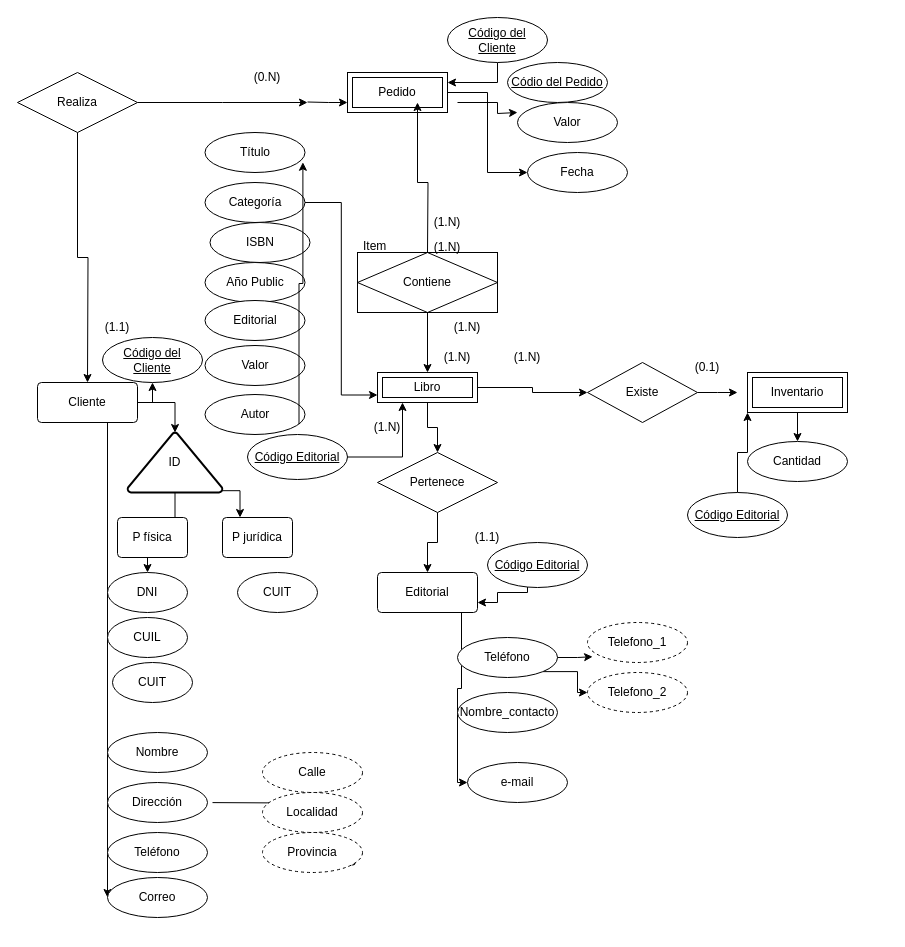
This is db/modelo.drawio from Sergio-Tolaba/ds_ej, a draw.io file, before an edit. Source tidied: cells renumbered, new cells numbered last; positions are measured from the earlier drawing's top-left corner, leaving out a move shared by most shapes. Both pictures are drawn from the tidied source at 100%, with x=0, y=0 at pixel (17, 17).
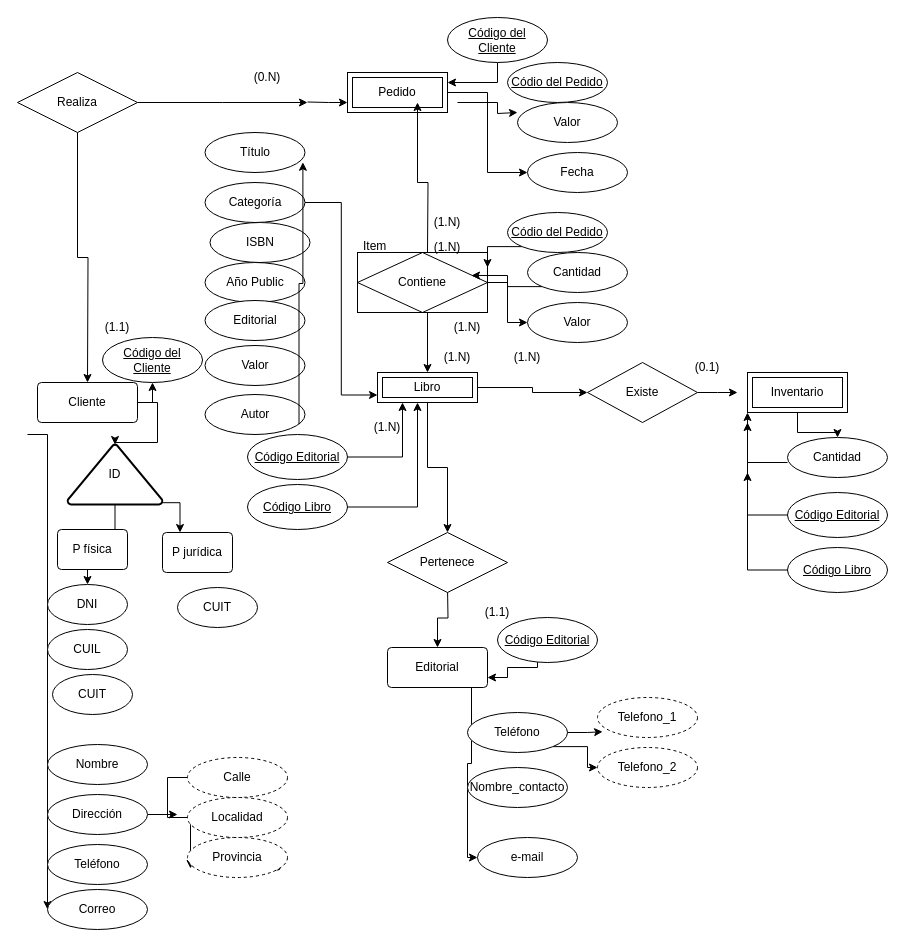
The same page after the edit.

Commit message:
CodigoLibro, tb Inventario: modelo.drawio

The change refers to these unchanged cells:
```xml
<mxCell id="11" value="Libro" style="shape=ext;margin=3;double=1;whiteSpace=wrap;html=1;align=center;" parent="1" vertex="1">
  <mxGeometry x="360" y="355" width="100" height="30" as="geometry" />
</mxCell>
<mxCell id="13" value="Inventario" style="shape=ext;margin=3;double=1;whiteSpace=wrap;html=1;align=center;" parent="1" vertex="1">
  <mxGeometry x="730" y="355" width="100" height="40" as="geometry" />
</mxCell>
```

What changed in the source:
```diff
@@
     <mxCell id="5" style="edgeStyle=orthogonalEdgeStyle;rounded=0;jettySize=auto;html=1;exitX=0;exitY=0.5;exitDx=0;exitDy=0;entryX=0;entryY=0.5;entryDx=0;entryDy=0;" parent="1" edge="1" target="73">
       <mxGeometry relative="1" as="geometry">
-        <mxPoint x="444" y="595" as="sourcePoint" />
+        <mxPoint x="454" y="670" as="sourcePoint" />
         <Array as="points">
-          <mxPoint x="444" y="671" />
-          <mxPoint x="440" y="671" />
-          <mxPoint x="440" y="765" />
+          <mxPoint x="454" y="746" />
+          <mxPoint x="450" y="746" />
+          <mxPoint x="450" y="840" />
         </Array>
       </mxGeometry>
     </mxCell>
     <mxCell id="6" value="Editorial" style="rounded=1;arcSize=10;whiteSpace=wrap;html=1;align=center;" parent="1" vertex="1">
-      <mxGeometry x="360" y="555" width="100" height="40" as="geometry" />
+      <mxGeometry x="370" y="630" width="100" height="40" as="geometry" />
     </mxCell>
@@
-    <mxCell id="25" style="edgeStyle=orthogonalEdgeStyle;rounded=0;jettySize=auto;html=1;" parent="1" edge="1" source="26" target="6">
-      <mxGeometry relative="1" as="geometry" />
+    <mxCell id="25" style="edgeStyle=orthogonalEdgeStyle;rounded=0;jettySize=auto;html=1;" parent="1" edge="1" target="6">
+      <mxGeometry relative="1" as="geometry">
+        <mxPoint x="430" y="570" as="sourcePoint" />
+      </mxGeometry>
     </mxCell>
     <mxCell id="26" value="Pertenece" style="shape=rhombus;perimeter=rhombusPerimeter;whiteSpace=wrap;html=1;align=center;" parent="1" vertex="1">
-      <mxGeometry x="360" y="435" width="120" height="60" as="geometry" />
+      <mxGeometry x="370" y="515" width="120" height="60" as="geometry" />
     </mxCell>
@@
     <mxCell id="28" value="(1.1)" style="text;html=1;align=center;verticalAlign=middle;whiteSpace=wrap;rounded=0;" parent="1" vertex="1">
-      <mxGeometry x="440" y="505" width="60" height="30" as="geometry" />
+      <mxGeometry x="450" y="580" width="60" height="30" as="geometry" />
     </mxCell>
@@
     <mxCell id="31" style="shape=waypoint;sketch=0;size=6;fillColor=none;perimeter=centerPerimeter;" parent="1" vertex="1">
-      <mxGeometry x="325" y="835" width="20" height="20" as="geometry" />
+      <mxGeometry x="250" y="840" width="20" height="20" as="geometry" />
     </mxCell>
@@
+    <mxCell id="87" style="edgeStyle=orthogonalEdgeStyle;rounded=0;jettySize=auto;html=1;" parent="1" edge="1" source="35" target="92">
+      <mxGeometry relative="1" as="geometry" />
+    </mxCell>
     <mxCell id="35" value="Contiene" style="shape=associativeEntity;whiteSpace=wrap;html=1;align=center;" parent="1" vertex="1">
-      <mxGeometry x="340" y="235" width="140" height="60" as="geometry" />
+      <mxGeometry x="340" y="235" width="130" height="60" as="geometry" />
     </mxCell>
@@
     <mxCell id="40" style="edgeStyle=orthogonalEdgeStyle;rounded=0;jettySize=auto;html=1;entryX=0;entryY=0.5;entryDx=0;entryDy=0;" parent="1" edge="1" target="47">
       <mxGeometry relative="1" as="geometry">
-        <mxPoint x="70" y="405" as="sourcePoint" />
+        <mxPoint x="10" y="417" as="sourcePoint" />
         <Array as="points">
-          <mxPoint x="90" y="405" />
+          <mxPoint x="30" y="417" />
         </Array>
       </mxGeometry>
     </mxCell>
+    <mxCell id="88" style="edgeStyle=orthogonalEdgeStyle;rounded=0;jettySize=auto;html=1;exitX=0;exitY=0.5;exitDx=0;exitDy=0;entryX=0.03;entryY=0.775;entryDx=0;entryDy=0;entryPerimeter=0;" parent="1" edge="1" source="41" target="43">
+      <mxGeometry relative="1" as="geometry" />
+    </mxCell>
     <mxCell id="41" value="Calle" style="ellipse;whiteSpace=wrap;html=1;align=center;dashed=1;" parent="1" vertex="1">
-      <mxGeometry x="245" y="735" width="100" height="40" as="geometry" />
+      <mxGeometry x="170" y="740" width="100" height="40" as="geometry" />
     </mxCell>
     <mxCell id="42" value="Localidad" style="ellipse;whiteSpace=wrap;html=1;align=center;dashed=1;" parent="1" vertex="1">
-      <mxGeometry x="245" y="775" width="100" height="40" as="geometry" />
+      <mxGeometry x="170" y="780" width="100" height="40" as="geometry" />
     </mxCell>
     <mxCell id="43" value="Provincia" style="ellipse;whiteSpace=wrap;html=1;align=center;dashed=1;" parent="1" vertex="1">
-      <mxGeometry x="245" y="815" width="100" height="40" as="geometry" />
+      <mxGeometry x="170" y="820" width="100" height="40" as="geometry" />
     </mxCell>
     <mxCell id="44" value="Nombre" style="ellipse;whiteSpace=wrap;html=1;align=center;" parent="1" vertex="1">
-      <mxGeometry x="90" y="715" width="100" height="40" as="geometry" />
+      <mxGeometry x="30" y="727" width="100" height="40" as="geometry" />
     </mxCell>
+    <mxCell id="89" style="edgeStyle=orthogonalEdgeStyle;rounded=0;jettySize=auto;html=1;" parent="1" edge="1" source="45">
+      <mxGeometry relative="1" as="geometry">
+        <mxPoint x="160" y="797" as="targetPoint" />
+      </mxGeometry>
+    </mxCell>
     <mxCell id="45" value="Dirección" style="ellipse;whiteSpace=wrap;html=1;align=center;" parent="1" vertex="1">
-      <mxGeometry x="90" y="765" width="100" height="40" as="geometry" />
+      <mxGeometry x="30" y="777" width="100" height="40" as="geometry" />
     </mxCell>
     <mxCell id="46" value="Teléfono" style="ellipse;whiteSpace=wrap;html=1;align=center;" parent="1" vertex="1">
-      <mxGeometry x="90" y="815" width="100" height="40" as="geometry" />
+      <mxGeometry x="30" y="827" width="100" height="40" as="geometry" />
     </mxCell>
     <mxCell id="47" value="Correo" style="ellipse;whiteSpace=wrap;html=1;align=center;" parent="1" vertex="1">
-      <mxGeometry x="90" y="860" width="100" height="40" as="geometry" />
+      <mxGeometry x="30" y="872" width="100" height="40" as="geometry" />
     </mxCell>
@@
     <mxCell id="50" value="ID" style="strokeWidth=2;html=1;shape=mxgraph.flowchart.extract_or_measurement;whiteSpace=wrap;" parent="1" vertex="1">
-      <mxGeometry x="110" y="415" width="95" height="60" as="geometry" />
+      <mxGeometry x="50" y="427" width="95" height="60" as="geometry" />
     </mxCell>
     <mxCell id="51" value="P física" style="rounded=1;arcSize=10;whiteSpace=wrap;html=1;align=center;" parent="1" vertex="1">
-      <mxGeometry x="100" y="500" width="70" height="40" as="geometry" />
+      <mxGeometry x="40" y="512" width="70" height="40" as="geometry" />
     </mxCell>
     <mxCell id="52" value="P jurídica" style="rounded=1;arcSize=10;whiteSpace=wrap;html=1;align=center;" parent="1" vertex="1">
-      <mxGeometry x="205" y="500" width="70" height="40" as="geometry" />
+      <mxGeometry x="145" y="515" width="70" height="40" as="geometry" />
     </mxCell>
     <mxCell id="53" value="DNI" style="ellipse;whiteSpace=wrap;html=1;align=center;" parent="1" vertex="1">
-      <mxGeometry x="90" y="555" width="80" height="40" as="geometry" />
+      <mxGeometry x="30" y="567" width="80" height="40" as="geometry" />
     </mxCell>
     <mxCell id="54" value="CUIL" style="ellipse;whiteSpace=wrap;html=1;align=center;" parent="1" vertex="1">
-      <mxGeometry x="90" y="600" width="80" height="40" as="geometry" />
+      <mxGeometry x="30" y="612" width="80" height="40" as="geometry" />
     </mxCell>
     <mxCell id="55" value="CUIT" style="ellipse;whiteSpace=wrap;html=1;align=center;" parent="1" vertex="1">
-      <mxGeometry x="95" y="645" width="80" height="40" as="geometry" />
+      <mxGeometry x="35" y="657" width="80" height="40" as="geometry" />
     </mxCell>
     <mxCell id="56" value="CUIT" style="ellipse;whiteSpace=wrap;html=1;align=center;" parent="1" vertex="1">
-      <mxGeometry x="220" y="555" width="80" height="40" as="geometry" />
+      <mxGeometry x="160" y="570" width="80" height="40" as="geometry" />
     </mxCell>
     <mxCell id="57" value="Cantidad" style="ellipse;whiteSpace=wrap;html=1;align=center;" parent="1" vertex="1">
-      <mxGeometry x="730" y="424" width="100" height="40" as="geometry" />
+      <mxGeometry x="770" y="420" width="100" height="40" as="geometry" />
     </mxCell>
@@
     <mxCell id="70" value="Nombre_contacto" style="ellipse;whiteSpace=wrap;html=1;align=center;" parent="1" vertex="1">
-      <mxGeometry x="440" y="675" width="100" height="40" as="geometry" />
+      <mxGeometry x="450" y="750" width="100" height="40" as="geometry" />
     </mxCell>
@@
     <mxCell id="72" value="Teléfono" style="ellipse;whiteSpace=wrap;html=1;align=center;" parent="1" vertex="1">
-      <mxGeometry x="440" y="620" width="100" height="40" as="geometry" />
+      <mxGeometry x="450" y="695" width="100" height="40" as="geometry" />
     </mxCell>
     <mxCell id="73" value="e-mail" style="ellipse;whiteSpace=wrap;html=1;align=center;" parent="1" vertex="1">
-      <mxGeometry x="450" y="745" width="100" height="40" as="geometry" />
+      <mxGeometry x="460" y="820" width="100" height="40" as="geometry" />
     </mxCell>
     <mxCell id="74" value="Telefono_1" style="ellipse;whiteSpace=wrap;html=1;align=center;dashed=1;" parent="1" vertex="1">
-      <mxGeometry x="570" y="605" width="100" height="40" as="geometry" />
+      <mxGeometry x="580" y="680" width="100" height="40" as="geometry" />
     </mxCell>
     <mxCell id="75" value="Telefono_2" style="ellipse;whiteSpace=wrap;html=1;align=center;dashed=1;" parent="1" vertex="1">
-      <mxGeometry x="570" y="655" width="100" height="40" as="geometry" />
+      <mxGeometry x="580" y="730" width="100" height="40" as="geometry" />
     </mxCell>
@@
     <mxCell id="78" style="edgeStyle=orthogonalEdgeStyle;rounded=0;jettySize=auto;html=1;entryX=1;entryY=0.75;entryDx=0;entryDy=0;" parent="1" edge="1" source="79" target="6">
       <mxGeometry relative="1" as="geometry">
         <Array as="points">
-          <mxPoint x="510" y="575" />
-          <mxPoint x="480" y="575" />
-          <mxPoint x="480" y="585" />
+          <mxPoint x="520" y="650" />
+          <mxPoint x="490" y="650" />
+          <mxPoint x="490" y="660" />
         </Array>
       </mxGeometry>
     </mxCell>
     <mxCell id="79" value="Código Editorial" style="ellipse;whiteSpace=wrap;html=1;align=center;fontStyle=4;" parent="1" vertex="1">
-      <mxGeometry x="470" y="525" width="100" height="45" as="geometry" />
+      <mxGeometry x="480" y="600" width="100" height="45" as="geometry" />
     </mxCell>
@@
-    <mxCell id="84" style="edgeStyle=orthogonalEdgeStyle;rounded=0;jettySize=auto;html=1;entryX=0;entryY=1;entryDx=0;entryDy=0;" parent="1" edge="1" source="85" target="13">
-      <mxGeometry relative="1" as="geometry" />
+    <mxCell id="84" style="edgeStyle=orthogonalEdgeStyle;rounded=0;jettySize=auto;html=1;entryX=0;entryY=1;entryDx=0;entryDy=0;" parent="1" edge="1" target="13">
+      <mxGeometry relative="1" as="geometry">
+        <mxPoint x="770" y="445" as="sourcePoint" />
+        <Array as="points">
+          <mxPoint x="730" y="445" />
+        </Array>
+      </mxGeometry>
     </mxCell>
+    <mxCell id="90" style="edgeStyle=orthogonalEdgeStyle;rounded=0;jettySize=auto;html=1;" parent="1" edge="1" source="85">
+      <mxGeometry relative="1" as="geometry">
+        <mxPoint x="730" y="455" as="targetPoint" />
+        <Array as="points">
+          <mxPoint x="730" y="498" />
+        </Array>
+      </mxGeometry>
+    </mxCell>
     <mxCell id="85" value="Código Editorial" style="ellipse;whiteSpace=wrap;html=1;align=center;fontStyle=4;" parent="1" vertex="1">
-      <mxGeometry x="670" y="475" width="100" height="45" as="geometry" />
+      <mxGeometry x="770" y="475" width="100" height="45" as="geometry" />
     </mxCell>
@@
+    <mxCell id="91" value="Cantidad" style="ellipse;whiteSpace=wrap;html=1;align=center;" parent="1" vertex="1">
+      <mxGeometry x="510" y="235" width="100" height="40" as="geometry" />
+    </mxCell>
+    <mxCell id="92" value="Valor" style="ellipse;whiteSpace=wrap;html=1;align=center;" parent="1" vertex="1">
+      <mxGeometry x="510" y="285" width="100" height="40" as="geometry" />
+    </mxCell>
+    <mxCell id="93" style="edgeStyle=orthogonalEdgeStyle;rounded=0;jettySize=auto;html=1;exitX=0;exitY=1;exitDx=0;exitDy=0;entryX=0.877;entryY=0.383;entryDx=0;entryDy=0;entryPerimeter=0;" parent="1" edge="1" source="91" target="35">
+      <mxGeometry relative="1" as="geometry" />
+    </mxCell>
+    <mxCell id="94" style="edgeStyle=orthogonalEdgeStyle;rounded=0;jettySize=auto;html=1;exitX=0;exitY=1;exitDx=0;exitDy=0;entryX=1;entryY=0.25;entryDx=0;entryDy=0;" parent="1" edge="1" source="95" target="35">
+      <mxGeometry relative="1" as="geometry" />
+    </mxCell>
+    <mxCell id="95" value="Códio del Pedido" style="ellipse;whiteSpace=wrap;html=1;align=center;fontStyle=4;" parent="1" vertex="1">
+      <mxGeometry x="490" y="195" width="100" height="40" as="geometry" />
+    </mxCell>
+    <mxCell id="96" value="Código Libro" style="ellipse;whiteSpace=wrap;html=1;align=center;fontStyle=4;" parent="1" vertex="1">
+      <mxGeometry x="230" y="467" width="100" height="45" as="geometry" />
+    </mxCell>
+    <mxCell id="97" style="edgeStyle=orthogonalEdgeStyle;rounded=0;jettySize=auto;html=1;" parent="1" edge="1" source="98">
+      <mxGeometry relative="1" as="geometry">
+        <mxPoint x="730" y="405" as="targetPoint" />
+        <Array as="points">
+          <mxPoint x="730" y="553" />
+        </Array>
+      </mxGeometry>
+    </mxCell>
+    <mxCell id="98" value="Código Libro" style="ellipse;whiteSpace=wrap;html=1;align=center;fontStyle=4;" parent="1" vertex="1">
+      <mxGeometry x="770" y="530" width="100" height="45" as="geometry" />
+    </mxCell>
+    <mxCell id="99" style="edgeStyle=orthogonalEdgeStyle;rounded=0;jettySize=auto;html=1;entryX=0.4;entryY=1;entryDx=0;entryDy=0;entryPerimeter=0;" parent="1" edge="1" source="96" target="11">
+      <mxGeometry relative="1" as="geometry" />
+    </mxCell>
```
